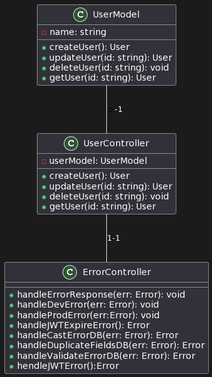
This is task-two/uml/user-diagram.png from AirZED/HNGX, a PlantUML export, as it was before one commit. Source of this version:
```plantuml
@startuml
class UserModel {
  - name: string
  + createUser(): User
  + updateUser(id: string): User
  + deleteUser(id: string): void
  + getUser(id: string): User
}

class UserController {
  - userModel: UserModel
  + createUser(): User
  + updateUser(id: string): User
  + deleteUser(id: string): void
  + getUser(id: string): User
}

class ErrorController {
  + handleErrorResponse(err: Error): void
  + handleDevError(err: Error): void
  + handleProdError(err:Error): void
  + handleJWTExpireError(): Error
  + handleCastErrorDB(err: Error): Error
  + handleDuplicateFieldsDB(err: Error): Error
  + handleValidateErrorDB(err: Error): Error
  + hendleJWTError():Error
}

UserModel -- UserController: *-1
UserController -- ErrorController: 1-1
@enduml
```
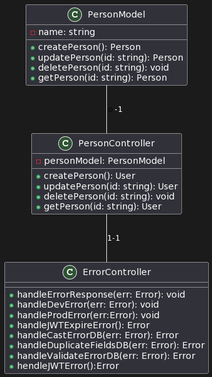
The same diagram one commit later.

Commit message:
Added Project UML-Diagram

The edit, as a diff of the source:
```diff
@@ -1,18 +1,18 @@
 @startuml
-class UserModel {
+class PersonModel {
   - name: string
-  + createUser(): User
-  + updateUser(id: string): User
-  + deleteUser(id: string): void
-  + getUser(id: string): User
+  + createPerson(): Person
+  + updatePerson(id: string): Person
+  + deletePerson(id: string): void
+  + getPerson(id: string): Person
 }
 
-class UserController {
-  - userModel: UserModel
-  + createUser(): User
-  + updateUser(id: string): User
-  + deleteUser(id: string): void
-  + getUser(id: string): User
+class PersonController {
+  - personModel: PersonModel
+  + createPerson(): User
+  + updatePerson(id: string): User
+  + deletePerson(id: string): void
+  + getPerson(id: string): User
 }
 
 class ErrorController {
@@ -26,6 +26,6 @@
   + hendleJWTError():Error
 }
 
-UserModel -- UserController: *-1
-UserController -- ErrorController: 1-1
+PersonModel -- PersonController: *-1
+PersonController -- ErrorController: 1-1
 @enduml
```
